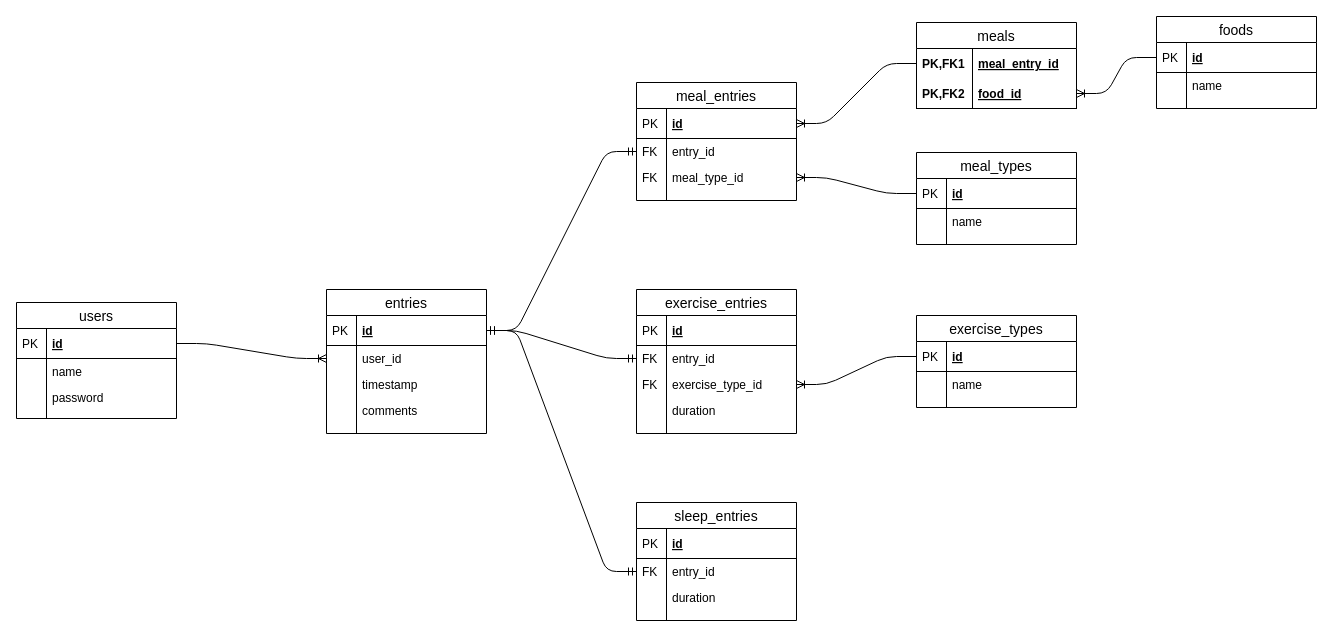
Before: db.drawio in haydenhughes/fod, a draw.io diagram. Source tidied: cells renumbered, new cells numbered last; positions are measured from the earlier drawing's top-left corner, leaving out a move shared by most shapes. Both pictures are drawn from the tidied source at 100%, with x=0, y=0 at pixel (16, 16).
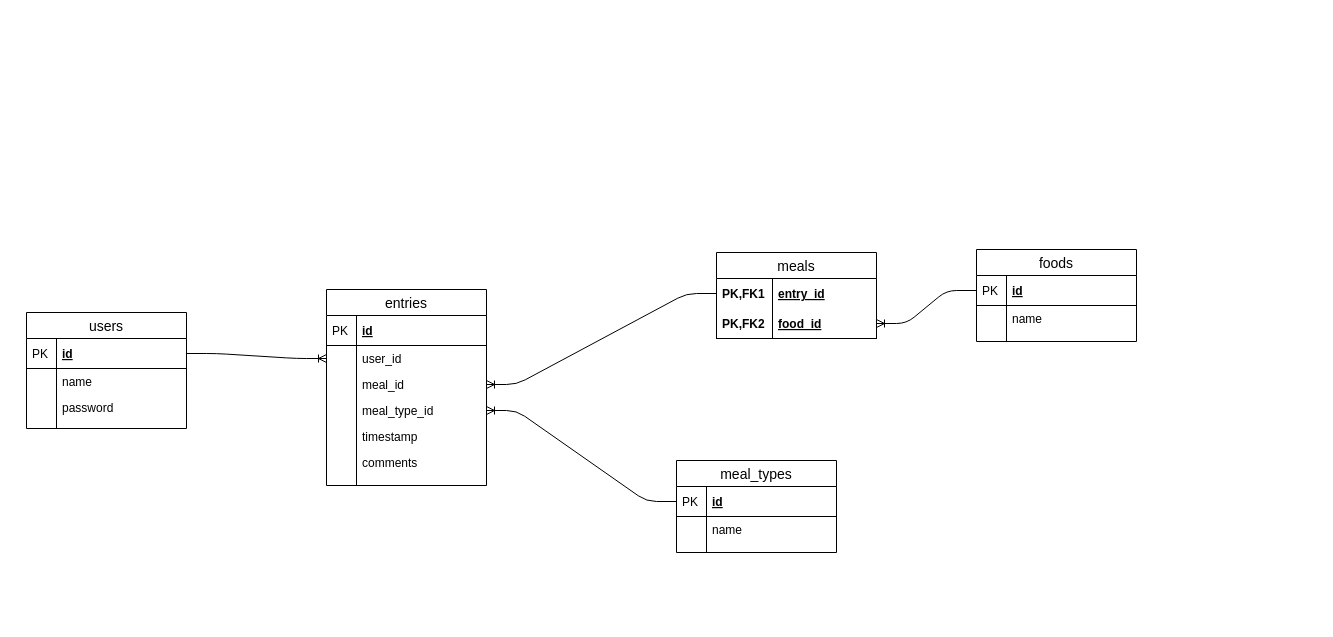
The same diagram, later.

The change refers to these unchanged cells:
```xml
<mxCell id="3" value="id" style="shape=partialRectangle;top=0;left=0;right=0;bottom=1;align=left;verticalAlign=middle;fillColor=none;spacingLeft=34;spacingRight=4;overflow=hidden;points=[[0,0.5],[1,0.5]];portConstraint=eastwest;fontStyle=5;fontSize=12;" parent="2" vertex="1">
  <mxGeometry y="26" width="160" height="30" as="geometry" />
</mxCell>
```

Diff of the diagram source:
```diff
@@
     <mxCell id="2" value="entries" style="swimlane;fontStyle=0;horizontal=1;startSize=26;align=center;fontSize=14;" parent="1" vertex="1">
-      <mxGeometry x="310" y="273" width="160" height="144" as="geometry" />
+      <mxGeometry x="310" y="273" width="160" height="196" as="geometry" />
     </mxCell>
@@
+    <mxCell id="85" value="meal_id&#10;" style="shape=partialRectangle;top=0;left=0;right=0;bottom=0;align=left;verticalAlign=top;fillColor=none;spacingLeft=34;spacingRight=4;overflow=hidden;points=[[0,0.5],[1,0.5]];portConstraint=eastwest;fontSize=12;" parent="2" vertex="1">
+      <mxGeometry y="82" width="160" height="26" as="geometry" />
+    </mxCell>
+    <mxCell id="86" style="shape=partialRectangle;top=0;left=0;bottom=0;fillColor=none;align=left;verticalAlign=top;spacingLeft=4;spacingRight=4;overflow=hidden;fontSize=12;" parent="85" vertex="1">
+      <mxGeometry width="30" height="26" as="geometry" />
+    </mxCell>
+    <mxCell id="18" value="meal_type_id" style="shape=partialRectangle;top=0;left=0;right=0;bottom=0;align=left;verticalAlign=top;fillColor=none;spacingLeft=34;spacingRight=4;overflow=hidden;points=[[0,0.5],[1,0.5]];portConstraint=eastwest;fontSize=12;" parent="2" vertex="1">
+      <mxGeometry y="108" width="160" height="26" as="geometry" />
+    </mxCell>
+    <mxCell id="87" style="shape=partialRectangle;top=0;left=0;bottom=0;fillColor=none;align=left;verticalAlign=top;spacingLeft=4;spacingRight=4;overflow=hidden;fontSize=12;" parent="18" vertex="1">
+      <mxGeometry width="30" height="26" as="geometry" />
+    </mxCell>
     <mxCell id="7" value="timestamp" style="shape=partialRectangle;top=0;left=0;right=0;bottom=0;align=left;verticalAlign=top;fillColor=none;spacingLeft=34;spacingRight=4;overflow=hidden;fontSize=12;" parent="2" vertex="1">
-      <mxGeometry y="82" width="160" height="26" as="geometry" />
+      <mxGeometry y="134" width="160" height="26" as="geometry" />
     </mxCell>
@@
     <mxCell id="9" value="comments" style="shape=partialRectangle;top=0;left=0;right=0;bottom=0;align=left;verticalAlign=top;fillColor=none;spacingLeft=34;spacingRight=4;overflow=hidden;fontSize=12;" parent="2" vertex="1">
-      <mxGeometry y="108" width="160" height="26" as="geometry" />
+      <mxGeometry y="160" width="160" height="26" as="geometry" />
     </mxCell>
@@
     <mxCell id="11" style="shape=partialRectangle;top=0;left=0;right=0;bottom=0;align=left;verticalAlign=top;fillColor=none;spacingLeft=34;spacingRight=4;overflow=hidden;fontSize=12;" parent="2" vertex="1">
-      <mxGeometry y="134" width="160" height="10" as="geometry" />
+      <mxGeometry y="186" width="160" height="10" as="geometry" />
     </mxCell>
@@
-    <mxCell id="13" value="meal_entries" style="swimlane;fontStyle=0;horizontal=1;startSize=26;align=center;fontSize=14;" parent="1" vertex="1">
-      <mxGeometry x="620" y="66" width="160" height="118" as="geometry" />
-    </mxCell>
-    <mxCell id="14" value="id" style="shape=partialRectangle;top=0;left=0;right=0;bottom=1;align=left;verticalAlign=middle;fillColor=none;spacingLeft=34;spacingRight=4;overflow=hidden;points=[[0,0.5],[1,0.5]];portConstraint=eastwest;fontStyle=5;fontSize=12;" parent="13" vertex="1">
-      <mxGeometry y="26" width="160" height="30" as="geometry" />
-    </mxCell>
-    <mxCell id="15" value="PK" style="shape=partialRectangle;top=0;left=0;bottom=0;fillColor=none;align=left;verticalAlign=middle;spacingLeft=4;spacingRight=4;overflow=hidden;fontSize=12;" parent="14" vertex="1">
-      <mxGeometry width="30" height="30" as="geometry" />
-    </mxCell>
-    <mxCell id="16" value="entry_id" style="shape=partialRectangle;top=0;left=0;right=0;bottom=0;align=left;verticalAlign=top;fillColor=none;spacingLeft=34;spacingRight=4;overflow=hidden;points=[[0,0.5],[1,0.5]];portConstraint=eastwest;fontSize=12;" parent="13" vertex="1">
-      <mxGeometry y="56" width="160" height="26" as="geometry" />
-    </mxCell>
-    <mxCell id="17" value="FK" style="shape=partialRectangle;top=0;left=0;bottom=0;fillColor=none;align=left;verticalAlign=top;spacingLeft=4;spacingRight=4;overflow=hidden;fontSize=12;" parent="16" vertex="1">
-      <mxGeometry width="30" height="26" as="geometry" />
-    </mxCell>
-    <mxCell id="18" value="meal_type_id" style="shape=partialRectangle;top=0;left=0;right=0;bottom=0;align=left;verticalAlign=top;fillColor=none;spacingLeft=34;spacingRight=4;overflow=hidden;points=[[0,0.5],[1,0.5]];portConstraint=eastwest;fontSize=12;" parent="13" vertex="1">
-      <mxGeometry y="82" width="160" height="26" as="geometry" />
-    </mxCell>
-    <mxCell id="19" value="FK" style="shape=partialRectangle;top=0;left=0;bottom=0;fillColor=none;align=left;verticalAlign=top;spacingLeft=4;spacingRight=4;overflow=hidden;fontSize=12;" parent="18" vertex="1">
-      <mxGeometry width="30" height="26" as="geometry" />
-    </mxCell>
-    <mxCell id="20" style="shape=partialRectangle;top=0;left=0;right=0;bottom=0;align=left;verticalAlign=top;fillColor=none;spacingLeft=34;spacingRight=4;overflow=hidden;fontSize=12;" parent="13" vertex="1">
-      <mxGeometry y="108" width="160" height="10" as="geometry" />
-    </mxCell>
-    <mxCell id="21" style="shape=partialRectangle;top=0;left=0;bottom=0;fillColor=none;align=left;verticalAlign=top;spacingLeft=4;spacingRight=4;overflow=hidden;fontSize=12;" parent="20" vertex="1">
-      <mxGeometry width="30" height="10" as="geometry" />
-    </mxCell>
-    <mxCell id="22" value="exercise_entries" style="swimlane;fontStyle=0;horizontal=1;startSize=26;align=center;fontSize=14;" parent="1" vertex="1">
-      <mxGeometry x="620" y="273" width="160" height="144" as="geometry" />
-    </mxCell>
-    <mxCell id="23" value="id" style="shape=partialRectangle;top=0;left=0;right=0;bottom=1;align=left;verticalAlign=middle;fillColor=none;spacingLeft=34;spacingRight=4;overflow=hidden;fontStyle=5;fontSize=12;" parent="22" vertex="1">
-      <mxGeometry y="26" width="160" height="30" as="geometry" />
-    </mxCell>
-    <mxCell id="24" value="PK" style="shape=partialRectangle;top=0;left=0;bottom=0;fillColor=none;align=left;verticalAlign=middle;spacingLeft=4;spacingRight=4;overflow=hidden;fontSize=12;" parent="23" vertex="1">
-      <mxGeometry width="30" height="30" as="geometry" />
-    </mxCell>
-    <mxCell id="25" value="entry_id" style="shape=partialRectangle;top=0;left=0;right=0;bottom=0;align=left;verticalAlign=top;fillColor=none;spacingLeft=34;spacingRight=4;overflow=hidden;points=[[0,0.5],[1,0.5]];portConstraint=eastwest;fontSize=12;" parent="22" vertex="1">
-      <mxGeometry y="56" width="160" height="26" as="geometry" />
-    </mxCell>
-    <mxCell id="26" value="FK" style="shape=partialRectangle;top=0;left=0;bottom=0;fillColor=none;align=left;verticalAlign=top;spacingLeft=4;spacingRight=4;overflow=hidden;fontSize=12;" parent="25" vertex="1">
-      <mxGeometry width="30" height="26" as="geometry" />
-    </mxCell>
-    <mxCell id="27" value="exercise_type_id" style="shape=partialRectangle;top=0;left=0;right=0;bottom=0;align=left;verticalAlign=top;fillColor=none;spacingLeft=34;spacingRight=4;overflow=hidden;points=[[0,0.5],[1,0.5]];portConstraint=eastwest;fontSize=12;" parent="22" vertex="1">
-      <mxGeometry y="82" width="160" height="26" as="geometry" />
-    </mxCell>
-    <mxCell id="28" value="FK" style="shape=partialRectangle;top=0;left=0;bottom=0;fillColor=none;align=left;verticalAlign=top;spacingLeft=4;spacingRight=4;overflow=hidden;fontSize=12;" parent="27" vertex="1">
-      <mxGeometry width="30" height="26" as="geometry" />
-    </mxCell>
-    <mxCell id="29" value="duration" style="shape=partialRectangle;top=0;left=0;right=0;bottom=0;align=left;verticalAlign=top;fillColor=none;spacingLeft=34;spacingRight=4;overflow=hidden;fontSize=12;" parent="22" vertex="1">
-      <mxGeometry y="108" width="160" height="26" as="geometry" />
-    </mxCell>
-    <mxCell id="30" style="shape=partialRectangle;top=0;left=0;bottom=0;fillColor=none;align=left;verticalAlign=top;spacingLeft=4;spacingRight=4;overflow=hidden;fontSize=12;" parent="29" vertex="1">
-      <mxGeometry width="30" height="26" as="geometry" />
-    </mxCell>
-    <mxCell id="31" style="shape=partialRectangle;top=0;left=0;right=0;bottom=0;align=left;verticalAlign=top;fillColor=none;spacingLeft=34;spacingRight=4;overflow=hidden;fontSize=12;" parent="22" vertex="1">
-      <mxGeometry y="134" width="160" height="10" as="geometry" />
-    </mxCell>
-    <mxCell id="32" style="shape=partialRectangle;top=0;left=0;bottom=0;fillColor=none;align=left;verticalAlign=top;spacingLeft=4;spacingRight=4;overflow=hidden;fontSize=12;" parent="31" vertex="1">
-      <mxGeometry width="30" height="10" as="geometry" />
-    </mxCell>
-    <mxCell id="33" value="sleep_entries" style="swimlane;fontStyle=0;horizontal=1;startSize=26;align=center;fontSize=14;" parent="1" vertex="1">
-      <mxGeometry x="620" y="486" width="160" height="118" as="geometry" />
-    </mxCell>
-    <mxCell id="34" value="id" style="shape=partialRectangle;top=0;left=0;right=0;bottom=1;align=left;verticalAlign=middle;fillColor=none;spacingLeft=34;spacingRight=4;overflow=hidden;fontStyle=5;fontSize=12;" parent="33" vertex="1">
-      <mxGeometry y="26" width="160" height="30" as="geometry" />
-    </mxCell>
-    <mxCell id="35" value="PK" style="shape=partialRectangle;top=0;left=0;bottom=0;fillColor=none;align=left;verticalAlign=middle;spacingLeft=4;spacingRight=4;overflow=hidden;fontSize=12;" parent="34" vertex="1">
-      <mxGeometry width="30" height="30" as="geometry" />
-    </mxCell>
-    <mxCell id="36" value="entry_id" style="shape=partialRectangle;top=0;left=0;right=0;bottom=0;align=left;verticalAlign=top;fillColor=none;spacingLeft=34;spacingRight=4;overflow=hidden;points=[[0,0.5],[1,0.5]];portConstraint=eastwest;fontSize=12;" parent="33" vertex="1">
-      <mxGeometry y="56" width="160" height="26" as="geometry" />
-    </mxCell>
-    <mxCell id="37" value="FK" style="shape=partialRectangle;top=0;left=0;bottom=0;fillColor=none;align=left;verticalAlign=top;spacingLeft=4;spacingRight=4;overflow=hidden;fontSize=12;" parent="36" vertex="1">
-      <mxGeometry width="30" height="26" as="geometry" />
-    </mxCell>
-    <mxCell id="38" value="duration" style="shape=partialRectangle;top=0;left=0;right=0;bottom=0;align=left;verticalAlign=top;fillColor=none;spacingLeft=34;spacingRight=4;overflow=hidden;fontSize=12;" parent="33" vertex="1">
-      <mxGeometry y="82" width="160" height="26" as="geometry" />
-    </mxCell>
-    <mxCell id="39" style="shape=partialRectangle;top=0;left=0;bottom=0;fillColor=none;align=left;verticalAlign=top;spacingLeft=4;spacingRight=4;overflow=hidden;fontSize=12;" parent="38" vertex="1">
-      <mxGeometry width="30" height="26" as="geometry" />
-    </mxCell>
-    <mxCell id="40" style="shape=partialRectangle;top=0;left=0;right=0;bottom=0;align=left;verticalAlign=top;fillColor=none;spacingLeft=34;spacingRight=4;overflow=hidden;fontSize=12;" parent="33" vertex="1">
-      <mxGeometry y="108" width="160" height="10" as="geometry" />
-    </mxCell>
-    <mxCell id="41" style="shape=partialRectangle;top=0;left=0;bottom=0;fillColor=none;align=left;verticalAlign=top;spacingLeft=4;spacingRight=4;overflow=hidden;fontSize=12;" parent="40" vertex="1">
-      <mxGeometry width="30" height="10" as="geometry" />
-    </mxCell>
@@
-    <mxCell id="43" style="edgeStyle=entityRelationEdgeStyle;fontSize=12;html=1;endArrow=ERmandOne;startArrow=ERmandOne;exitX=1;exitY=0.5;exitDx=0;exitDy=0;entryX=0;entryY=0.5;entryDx=0;entryDy=0;" parent="1" edge="1" source="3" target="16">
-      <mxGeometry relative="1" as="geometry" />
-    </mxCell>
-    <mxCell id="44" style="edgeStyle=entityRelationEdgeStyle;fontSize=12;html=1;endArrow=ERmandOne;startArrow=ERmandOne;exitX=1;exitY=0.5;exitDx=0;exitDy=0;entryX=0;entryY=0.5;entryDx=0;entryDy=0;" parent="1" edge="1" source="3" target="25">
-      <mxGeometry relative="1" as="geometry" />
-    </mxCell>
-    <mxCell id="45" style="edgeStyle=entityRelationEdgeStyle;fontSize=12;html=1;endArrow=ERmandOne;startArrow=ERmandOne;exitX=1;exitY=0.5;exitDx=0;exitDy=0;entryX=0;entryY=0.5;entryDx=0;entryDy=0;" parent="1" edge="1" source="3" target="36">
-      <mxGeometry relative="1" as="geometry" />
-    </mxCell>
-    <mxCell id="46" style="edgeStyle=entityRelationEdgeStyle;fontSize=12;html=1;endArrow=ERoneToMany;" parent="1" edge="1" source="51" target="27">
-      <mxGeometry relative="1" as="geometry" />
-    </mxCell>
@@
-    <mxCell id="48" style="edgeStyle=entityRelationEdgeStyle;fontSize=12;html=1;endArrow=ERoneToMany;" parent="1" edge="1" source="74" target="14">
+    <mxCell id="48" style="edgeStyle=entityRelationEdgeStyle;fontSize=12;html=1;endArrow=ERoneToMany;" parent="1" edge="1" source="74" target="85">
       <mxGeometry relative="1" as="geometry" />
     </mxCell>
@@
-    <mxCell id="50" value="exercise_types" style="swimlane;fontStyle=0;horizontal=1;startSize=26;align=center;fontSize=14;" parent="1" vertex="1">
-      <mxGeometry x="900" y="299" width="160" height="92" as="geometry" />
-    </mxCell>
-    <mxCell id="51" value="id" style="shape=partialRectangle;top=0;left=0;right=0;bottom=1;align=left;verticalAlign=middle;fillColor=none;spacingLeft=34;spacingRight=4;overflow=hidden;points=[[0,0.5],[1,0.5]];portConstraint=eastwest;fontStyle=5;fontSize=12;" parent="50" vertex="1">
-      <mxGeometry y="26" width="160" height="30" as="geometry" />
-    </mxCell>
-    <mxCell id="52" value="PK" style="shape=partialRectangle;top=0;left=0;bottom=0;fillColor=none;align=left;verticalAlign=middle;spacingLeft=4;spacingRight=4;overflow=hidden;fontSize=12;" parent="51" vertex="1">
-      <mxGeometry width="30" height="30" as="geometry" />
-    </mxCell>
-    <mxCell id="53" value="name" style="shape=partialRectangle;top=0;left=0;right=0;bottom=0;align=left;verticalAlign=top;fillColor=none;spacingLeft=34;spacingRight=4;overflow=hidden;fontSize=12;" parent="50" vertex="1">
-      <mxGeometry y="56" width="160" height="26" as="geometry" />
-    </mxCell>
-    <mxCell id="54" style="shape=partialRectangle;top=0;left=0;bottom=0;fillColor=none;align=left;verticalAlign=top;spacingLeft=4;spacingRight=4;overflow=hidden;fontSize=12;" parent="53" vertex="1">
-      <mxGeometry width="30" height="26" as="geometry" />
-    </mxCell>
-    <mxCell id="55" style="shape=partialRectangle;top=0;left=0;right=0;bottom=0;align=left;verticalAlign=top;fillColor=none;spacingLeft=34;spacingRight=4;overflow=hidden;fontSize=12;" parent="50" vertex="1">
-      <mxGeometry y="82" width="160" height="10" as="geometry" />
-    </mxCell>
-    <mxCell id="56" style="shape=partialRectangle;top=0;left=0;bottom=0;fillColor=none;align=left;verticalAlign=top;spacingLeft=4;spacingRight=4;overflow=hidden;fontSize=12;" parent="55" vertex="1">
-      <mxGeometry width="30" height="10" as="geometry" />
-    </mxCell>
-    <mxCell id="57" value="users" style="swimlane;fontStyle=0;horizontal=1;startSize=26;align=center;fontSize=14;" parent="1" vertex="1">
-      <mxGeometry y="286" width="160" height="116" as="geometry" />
-    </mxCell>
-    <mxCell id="58" value="id" style="shape=partialRectangle;top=0;left=0;right=0;bottom=1;align=left;verticalAlign=middle;fillColor=none;spacingLeft=34;spacingRight=4;overflow=hidden;points=[[0,0.5],[1,0.5]];portConstraint=eastwest;fontStyle=5;fontSize=12;" parent="57" vertex="1">
-      <mxGeometry y="26" width="160" height="30" as="geometry" />
-    </mxCell>
-    <mxCell id="59" value="PK" style="shape=partialRectangle;top=0;left=0;bottom=0;fillColor=none;align=left;verticalAlign=middle;spacingLeft=4;spacingRight=4;overflow=hidden;fontSize=12;" parent="58" vertex="1">
-      <mxGeometry width="30" height="30" as="geometry" />
-    </mxCell>
-    <mxCell id="60" value="name" style="shape=partialRectangle;top=0;left=0;right=0;bottom=0;align=left;verticalAlign=top;fillColor=none;spacingLeft=34;spacingRight=4;overflow=hidden;fontSize=12;" parent="57" vertex="1">
-      <mxGeometry y="56" width="160" height="26" as="geometry" />
-    </mxCell>
-    <mxCell id="61" style="shape=partialRectangle;top=0;left=0;bottom=0;fillColor=none;align=left;verticalAlign=top;spacingLeft=4;spacingRight=4;overflow=hidden;fontSize=12;" parent="60" vertex="1">
-      <mxGeometry width="30" height="26" as="geometry" />
-    </mxCell>
-    <mxCell id="62" value="password" style="shape=partialRectangle;top=0;left=0;right=0;bottom=0;align=left;verticalAlign=top;fillColor=none;spacingLeft=34;spacingRight=4;overflow=hidden;fontSize=12;" parent="57" vertex="1">
-      <mxGeometry y="82" width="160" height="26" as="geometry" />
-    </mxCell>
-    <mxCell id="63" style="shape=partialRectangle;top=0;left=0;bottom=0;fillColor=none;align=left;verticalAlign=top;spacingLeft=4;spacingRight=4;overflow=hidden;fontSize=12;" parent="62" vertex="1">
-      <mxGeometry width="30" height="26" as="geometry" />
-    </mxCell>
-    <mxCell id="64" style="shape=partialRectangle;top=0;left=0;right=0;bottom=0;align=left;verticalAlign=top;fillColor=none;spacingLeft=34;spacingRight=4;overflow=hidden;fontSize=12;" parent="57" vertex="1">
-      <mxGeometry y="108" width="160" height="8" as="geometry" />
-    </mxCell>
-    <mxCell id="65" style="shape=partialRectangle;top=0;left=0;bottom=0;fillColor=none;align=left;verticalAlign=top;spacingLeft=4;spacingRight=4;overflow=hidden;fontSize=12;" parent="64" vertex="1">
-      <mxGeometry width="30" height="8" as="geometry" />
-    </mxCell>
     <mxCell id="66" value="meal_types" style="swimlane;fontStyle=0;horizontal=1;startSize=26;align=center;fontSize=14;" parent="1" vertex="1">
-      <mxGeometry x="900" y="136" width="160" height="92" as="geometry" />
+      <mxGeometry x="660" y="444" width="160" height="92" as="geometry" />
     </mxCell>
@@
     <mxCell id="73" value="meals" style="swimlane;fontStyle=0;horizontal=1;startSize=26;align=center;fontSize=14;" parent="1" vertex="1">
-      <mxGeometry x="900" y="6" width="160" height="86" as="geometry" />
+      <mxGeometry x="700" y="236" width="160" height="86" as="geometry" />
     </mxCell>
-    <mxCell id="74" value="meal_entry_id" style="shape=partialRectangle;top=0;left=0;right=0;bottom=0;align=left;verticalAlign=middle;fillColor=none;spacingLeft=60;spacingRight=4;overflow=hidden;points=[[0,0.5],[1,0.5]];portConstraint=eastwest;fontStyle=5;fontSize=12;" parent="73" vertex="1">
+    <mxCell id="74" value="entry_id" style="shape=partialRectangle;top=0;left=0;right=0;bottom=0;align=left;verticalAlign=middle;fillColor=none;spacingLeft=60;spacingRight=4;overflow=hidden;points=[[0,0.5],[1,0.5]];portConstraint=eastwest;fontStyle=5;fontSize=12;" parent="73" vertex="1">
       <mxGeometry y="26" width="160" height="30" as="geometry" />
     </mxCell>
@@
     <mxCell id="78" value="foods" style="swimlane;fontStyle=0;horizontal=1;startSize=26;align=center;fontSize=14;" parent="1" vertex="1">
-      <mxGeometry x="1140" width="160" height="92" as="geometry" />
+      <mxGeometry x="960" y="233" width="160" height="92" as="geometry" />
     </mxCell>
@@
+    <mxCell id="57" value="users" style="swimlane;fontStyle=0;horizontal=1;startSize=26;align=center;fontSize=14;" parent="1" vertex="1">
+      <mxGeometry x="10" y="296" width="160" height="116" as="geometry" />
+    </mxCell>
+    <mxCell id="58" value="id" style="shape=partialRectangle;top=0;left=0;right=0;bottom=1;align=left;verticalAlign=middle;fillColor=none;spacingLeft=34;spacingRight=4;overflow=hidden;points=[[0,0.5],[1,0.5]];portConstraint=eastwest;fontStyle=5;fontSize=12;" parent="57" vertex="1">
+      <mxGeometry y="26" width="160" height="30" as="geometry" />
+    </mxCell>
+    <mxCell id="59" value="PK" style="shape=partialRectangle;top=0;left=0;bottom=0;fillColor=none;align=left;verticalAlign=middle;spacingLeft=4;spacingRight=4;overflow=hidden;fontSize=12;" parent="58" vertex="1">
+      <mxGeometry width="30" height="30" as="geometry" />
+    </mxCell>
+    <mxCell id="60" value="name" style="shape=partialRectangle;top=0;left=0;right=0;bottom=0;align=left;verticalAlign=top;fillColor=none;spacingLeft=34;spacingRight=4;overflow=hidden;fontSize=12;" parent="57" vertex="1">
+      <mxGeometry y="56" width="160" height="26" as="geometry" />
+    </mxCell>
+    <mxCell id="61" style="shape=partialRectangle;top=0;left=0;bottom=0;fillColor=none;align=left;verticalAlign=top;spacingLeft=4;spacingRight=4;overflow=hidden;fontSize=12;" parent="60" vertex="1">
+      <mxGeometry width="30" height="26" as="geometry" />
+    </mxCell>
+    <mxCell id="62" value="password" style="shape=partialRectangle;top=0;left=0;right=0;bottom=0;align=left;verticalAlign=top;fillColor=none;spacingLeft=34;spacingRight=4;overflow=hidden;fontSize=12;" parent="57" vertex="1">
+      <mxGeometry y="82" width="160" height="26" as="geometry" />
+    </mxCell>
+    <mxCell id="63" style="shape=partialRectangle;top=0;left=0;bottom=0;fillColor=none;align=left;verticalAlign=top;spacingLeft=4;spacingRight=4;overflow=hidden;fontSize=12;" parent="62" vertex="1">
+      <mxGeometry width="30" height="26" as="geometry" />
+    </mxCell>
+    <mxCell id="64" style="shape=partialRectangle;top=0;left=0;right=0;bottom=0;align=left;verticalAlign=top;fillColor=none;spacingLeft=34;spacingRight=4;overflow=hidden;fontSize=12;" parent="57" vertex="1">
+      <mxGeometry y="108" width="160" height="8" as="geometry" />
+    </mxCell>
+    <mxCell id="65" style="shape=partialRectangle;top=0;left=0;bottom=0;fillColor=none;align=left;verticalAlign=top;spacingLeft=4;spacingRight=4;overflow=hidden;fontSize=12;" parent="64" vertex="1">
+      <mxGeometry width="30" height="8" as="geometry" />
+    </mxCell>
```
